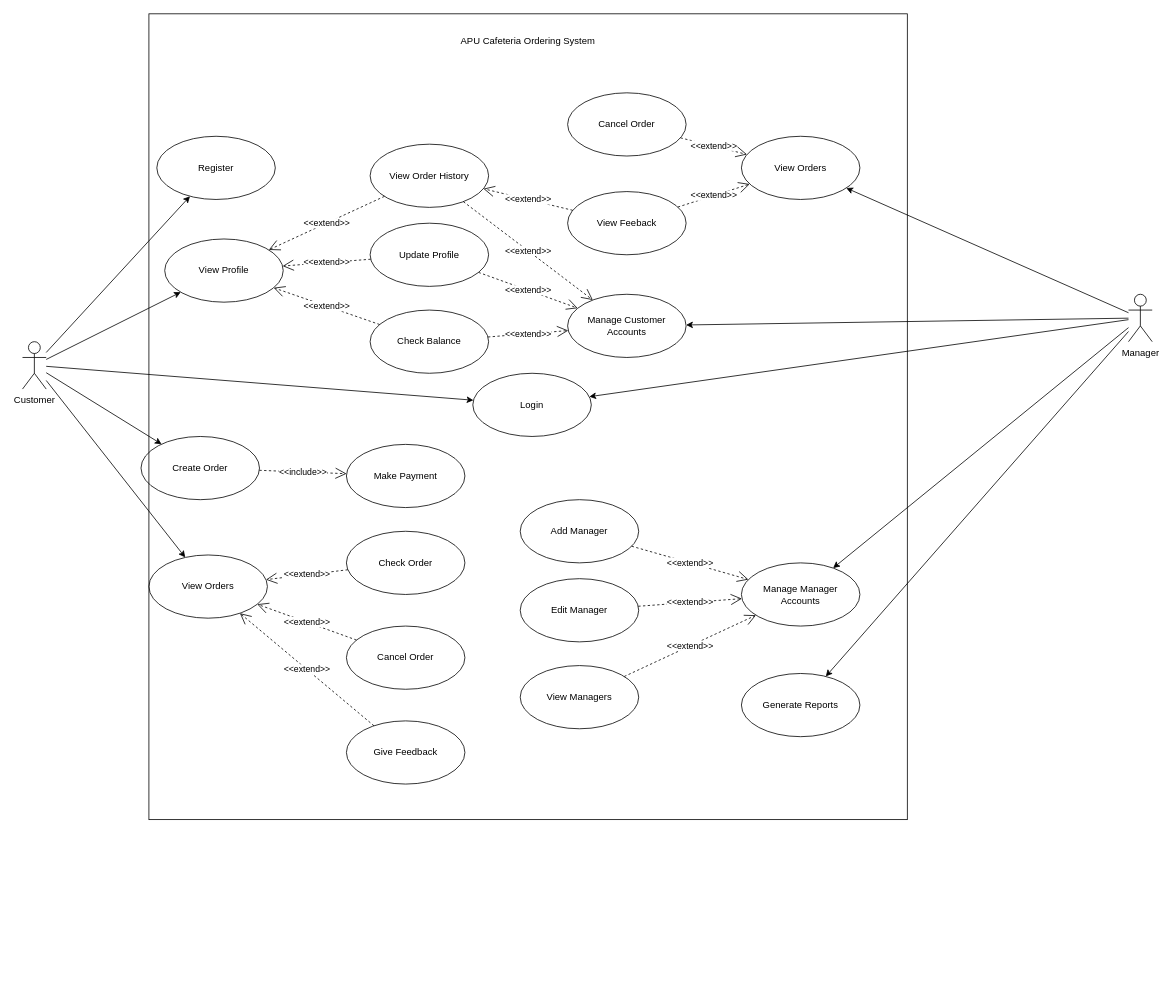
Before: use-case-diagram.drawio in Azucarz/Cafeteria-Java-Project, a draw.io diagram. Source tidied: cells renumbered, new cells numbered last; positions are measured from the earlier drawing's top-left corner, leaving out a move shared by most shapes. Both pictures are drawn from the tidied source at 79%, with x=0, y=0 at pixel (22, 13).
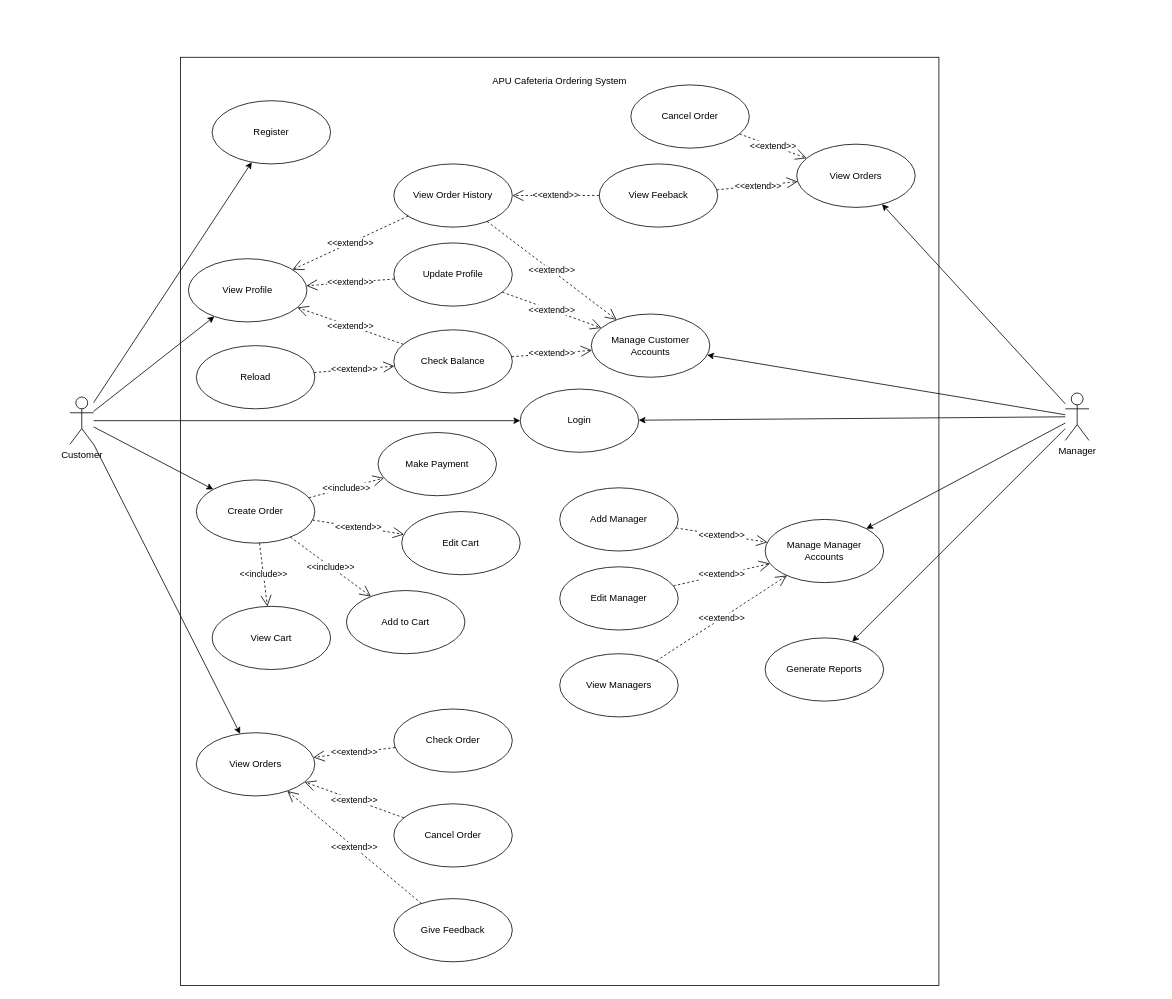
The same diagram, later.

Commit message (it also covers changes not shown here):
Updated Use Case Diagram (Pending Review)

Diff of the diagram source:
```diff
@@
     <mxCell id="2" style="rounded=0;whiteSpace=wrap;html=1;fillColor=none;" parent="1" vertex="1">
-      <mxGeometry x="160" width="960" height="1020" as="geometry" />
+      <mxGeometry x="200" y="55" width="960" height="1175" as="geometry" />
     </mxCell>
@@
     <mxCell id="8" value="Customer" style="shape=umlActor;verticalLabelPosition=bottom;verticalAlign=top;html=1;outlineConnect=0;fillColor=none;" parent="1" vertex="1">
-      <mxGeometry y="415" width="30" height="60" as="geometry" />
+      <mxGeometry x="60" y="485" width="30" height="60" as="geometry" />
     </mxCell>
     <mxCell id="9" value="APU Cafeteria Ordering System" style="text;html=1;strokeColor=none;fillColor=none;align=center;verticalAlign=middle;whiteSpace=wrap;rounded=0;" parent="1" vertex="1">
-      <mxGeometry x="550" y="20" width="180" height="30" as="geometry" />
+      <mxGeometry x="590" y="70" width="180" height="30" as="geometry" />
     </mxCell>
     <mxCell id="10" value="Register" style="ellipse;whiteSpace=wrap;html=1;fillColor=none;" parent="1" vertex="1">
-      <mxGeometry x="170" y="155" width="150" height="80" as="geometry" />
+      <mxGeometry x="240" y="110" width="150" height="80" as="geometry" />
     </mxCell>
     <mxCell id="11" value="Update Profile" style="ellipse;whiteSpace=wrap;html=1;fillColor=none;" parent="1" vertex="1">
-      <mxGeometry x="440" y="265" width="150" height="80" as="geometry" />
+      <mxGeometry x="470" y="290" width="150" height="80" as="geometry" />
     </mxCell>
     <mxCell id="12" value="Check Order" style="ellipse;whiteSpace=wrap;html=1;fillColor=none;" parent="1" vertex="1">
-      <mxGeometry x="410" y="655" width="150" height="80" as="geometry" />
+      <mxGeometry x="470" y="880" width="150" height="80" as="geometry" />
     </mxCell>
     <mxCell id="13" value="Make Payment" style="ellipse;whiteSpace=wrap;html=1;fillColor=none;" parent="1" vertex="1">
-      <mxGeometry x="410" y="545" width="150" height="80" as="geometry" />
+      <mxGeometry x="450" y="530" width="150" height="80" as="geometry" />
     </mxCell>
     <mxCell id="14" value="Give Feedback" style="ellipse;whiteSpace=wrap;html=1;fillColor=none;" parent="1" vertex="1">
-      <mxGeometry x="410" y="895" width="150" height="80" as="geometry" />
+      <mxGeometry x="470" y="1120" width="150" height="80" as="geometry" />
     </mxCell>
     <mxCell id="15" value="Create Order" style="ellipse;whiteSpace=wrap;html=1;fillColor=none;" parent="1" vertex="1">
-      <mxGeometry x="150" y="535" width="150" height="80" as="geometry" />
+      <mxGeometry x="220" y="590" width="150" height="80" as="geometry" />
     </mxCell>
@@
     <mxCell id="20" value="View Profile" style="ellipse;whiteSpace=wrap;html=1;fillColor=none;" parent="1" vertex="1">
-      <mxGeometry x="180" y="285" width="150" height="80" as="geometry" />
+      <mxGeometry x="210" y="310" width="150" height="80" as="geometry" />
     </mxCell>
     <mxCell id="21" value="Check Balance" style="ellipse;whiteSpace=wrap;html=1;fillColor=none;" parent="1" vertex="1">
-      <mxGeometry x="440" y="375" width="150" height="80" as="geometry" />
+      <mxGeometry x="470" y="400" width="150" height="80" as="geometry" />
     </mxCell>
@@
     <mxCell id="24" value="Login" style="ellipse;whiteSpace=wrap;html=1;fillColor=none;" parent="1" vertex="1">
-      <mxGeometry x="570" y="455" width="150" height="80" as="geometry" />
+      <mxGeometry x="630" y="475" width="150" height="80" as="geometry" />
     </mxCell>
     <mxCell id="25" value="View Order History" style="ellipse;whiteSpace=wrap;html=1;fillColor=none;" parent="1" vertex="1">
-      <mxGeometry x="440" y="165" width="150" height="80" as="geometry" />
+      <mxGeometry x="470" y="190" width="150" height="80" as="geometry" />
     </mxCell>
@@
     <mxCell id="27" value="Cancel Order" style="ellipse;whiteSpace=wrap;html=1;fillColor=none;" parent="1" vertex="1">
-      <mxGeometry x="410" y="775" width="150" height="80" as="geometry" />
+      <mxGeometry x="470" y="1000" width="150" height="80" as="geometry" />
     </mxCell>
@@
     <mxCell id="34" value="Manager" style="shape=umlActor;verticalLabelPosition=bottom;verticalAlign=top;html=1;outlineConnect=0;fillColor=none;" parent="1" vertex="1">
-      <mxGeometry x="1400" y="355" width="30" height="60" as="geometry" />
+      <mxGeometry x="1320" y="480" width="30" height="60" as="geometry" />
     </mxCell>
     <mxCell id="35" value="Manage Customer Accounts" style="ellipse;whiteSpace=wrap;html=1;fillColor=none;" parent="1" vertex="1">
-      <mxGeometry x="690" y="355" width="150" height="80" as="geometry" />
+      <mxGeometry x="720" y="380" width="150" height="80" as="geometry" />
     </mxCell>
@@
     <mxCell id="39" value="View Feeback" style="ellipse;whiteSpace=wrap;html=1;fillColor=none;" parent="1" vertex="1">
-      <mxGeometry x="690" y="225" width="150" height="80" as="geometry" />
+      <mxGeometry x="730" y="190" width="150" height="80" as="geometry" />
     </mxCell>
@@
     <mxCell id="41" value="View Orders" style="ellipse;whiteSpace=wrap;html=1;fillColor=none;" parent="1" vertex="1">
-      <mxGeometry x="910" y="155" width="150" height="80" as="geometry" />
+      <mxGeometry x="980" y="165" width="150" height="80" as="geometry" />
     </mxCell>
     <mxCell id="42" value="View Orders" style="ellipse;whiteSpace=wrap;html=1;fillColor=none;" parent="1" vertex="1">
-      <mxGeometry x="160" y="685" width="150" height="80" as="geometry" />
+      <mxGeometry x="220" y="910" width="150" height="80" as="geometry" />
     </mxCell>
@@
     <mxCell id="44" value="Manage Manager &lt;br&gt;Accounts" style="ellipse;whiteSpace=wrap;html=1;fillColor=none;" parent="1" vertex="1">
-      <mxGeometry x="910" y="695" width="150" height="80" as="geometry" />
+      <mxGeometry x="940" y="640" width="150" height="80" as="geometry" />
     </mxCell>
     <mxCell id="45" value="Generate Reports" style="ellipse;whiteSpace=wrap;html=1;fillColor=none;" parent="1" vertex="1">
-      <mxGeometry x="910" y="835" width="150" height="80" as="geometry" />
+      <mxGeometry x="940" y="790" width="150" height="80" as="geometry" />
     </mxCell>
     <mxCell id="46" value="Add Manager" style="ellipse;whiteSpace=wrap;html=1;fillColor=none;" parent="1" vertex="1">
-      <mxGeometry x="630" y="615" width="150" height="80" as="geometry" />
+      <mxGeometry x="680" y="600" width="150" height="80" as="geometry" />
     </mxCell>
     <mxCell id="47" value="Edit Manager" style="ellipse;whiteSpace=wrap;html=1;fillColor=none;" parent="1" vertex="1">
-      <mxGeometry x="630" y="715" width="150" height="80" as="geometry" />
+      <mxGeometry x="680" y="700" width="150" height="80" as="geometry" />
     </mxCell>
     <mxCell id="48" value="View Managers" style="ellipse;whiteSpace=wrap;html=1;fillColor=none;" parent="1" vertex="1">
-      <mxGeometry x="630" y="825" width="150" height="80" as="geometry" />
+      <mxGeometry x="680" y="810" width="150" height="80" as="geometry" />
     </mxCell>
@@
     <mxCell id="52" value="Cancel Order" style="ellipse;whiteSpace=wrap;html=1;fillColor=none;" parent="1" vertex="1">
-      <mxGeometry x="690" y="100" width="150" height="80" as="geometry" />
+      <mxGeometry x="770" y="90" width="150" height="80" as="geometry" />
     </mxCell>
@@
+    <mxCell id="54" value="Reload" style="ellipse;whiteSpace=wrap;html=1;fillColor=none;" parent="1" vertex="1">
+      <mxGeometry x="220" y="420" width="150" height="80" as="geometry" />
+    </mxCell>
+    <mxCell id="55" value="&amp;lt;&amp;lt;extend&amp;gt;&amp;gt;" style="endArrow=open;endSize=12;dashed=1;html=1;rounded=0;" parent="1" edge="1" source="54" target="21">
+      <mxGeometry relative="1" as="geometry" />
+    </mxCell>
+    <mxCell id="56" value="Add to Cart" style="ellipse;whiteSpace=wrap;html=1;fillColor=none;" parent="1" vertex="1">
+      <mxGeometry x="410" y="730" width="150" height="80" as="geometry" />
+    </mxCell>
+    <mxCell id="57" value="&amp;lt;&amp;lt;include&amp;gt;&amp;gt;" style="endArrow=open;endSize=12;dashed=1;html=1;rounded=0;" parent="1" edge="1" source="15" target="56">
+      <mxGeometry relative="1" as="geometry" />
+    </mxCell>
+    <mxCell id="58" value="View Cart" style="ellipse;whiteSpace=wrap;html=1;fillColor=none;" parent="1" vertex="1">
+      <mxGeometry x="240" y="750" width="150" height="80" as="geometry" />
+    </mxCell>
+    <mxCell id="59" value="&amp;lt;&amp;lt;include&amp;gt;&amp;gt;" style="endArrow=open;endSize=12;dashed=1;html=1;rounded=0;" parent="1" edge="1" source="15" target="58">
+      <mxGeometry relative="1" as="geometry" />
+    </mxCell>
+    <mxCell id="60" value="Edit Cart" style="ellipse;whiteSpace=wrap;html=1;fillColor=none;" parent="1" vertex="1">
+      <mxGeometry x="480" y="630" width="150" height="80" as="geometry" />
+    </mxCell>
+    <mxCell id="61" value="&amp;lt;&amp;lt;extend&amp;gt;&amp;gt;" style="endArrow=open;endSize=12;dashed=1;html=1;rounded=0;" parent="1" edge="1" source="15" target="60">
+      <mxGeometry relative="1" as="geometry" />
+    </mxCell>
```
